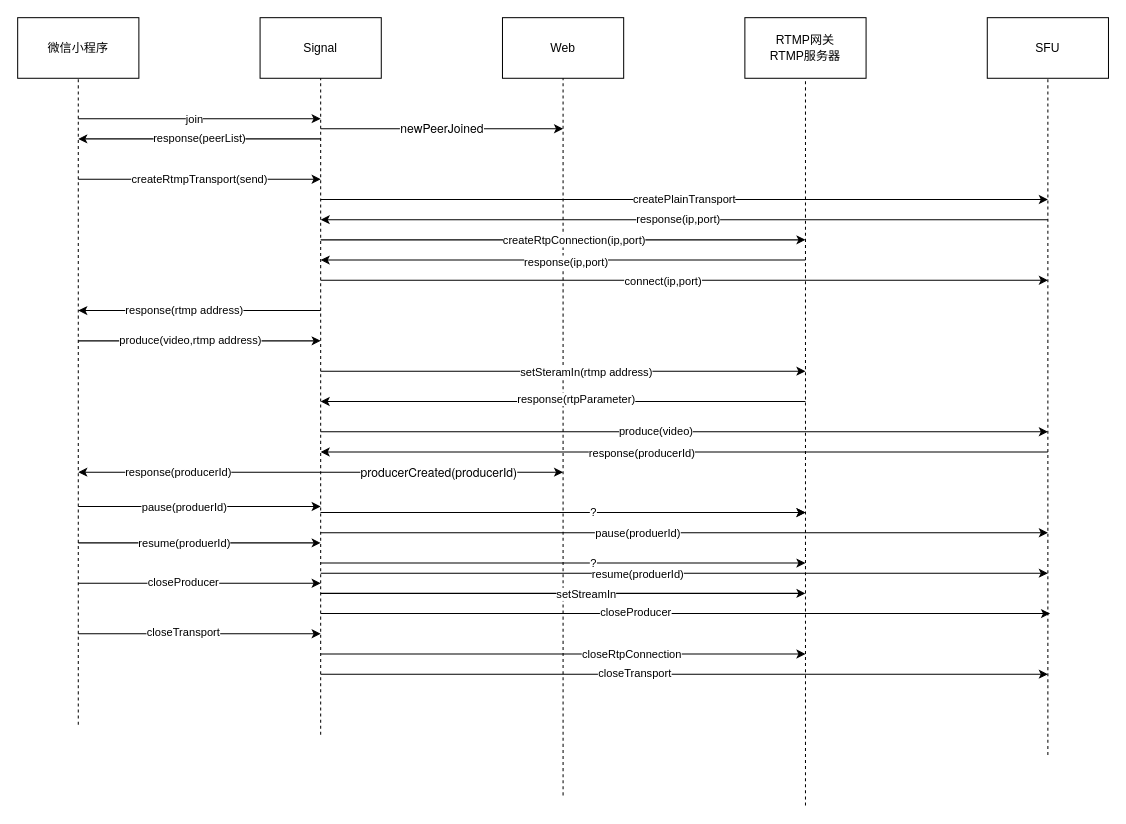
The draw.io diagram page "Page-14" (12 of 17) of Untitled Diagram.drawio in craterone/imgs, before the edit. Source tidied: cells renumbered, new cells numbered last; positions are measured from the earlier drawing's top-left corner, leaving out a move shared by most shapes. Both pictures are drawn from the tidied source at 101%, with x=0, y=0 at pixel (17, 17).
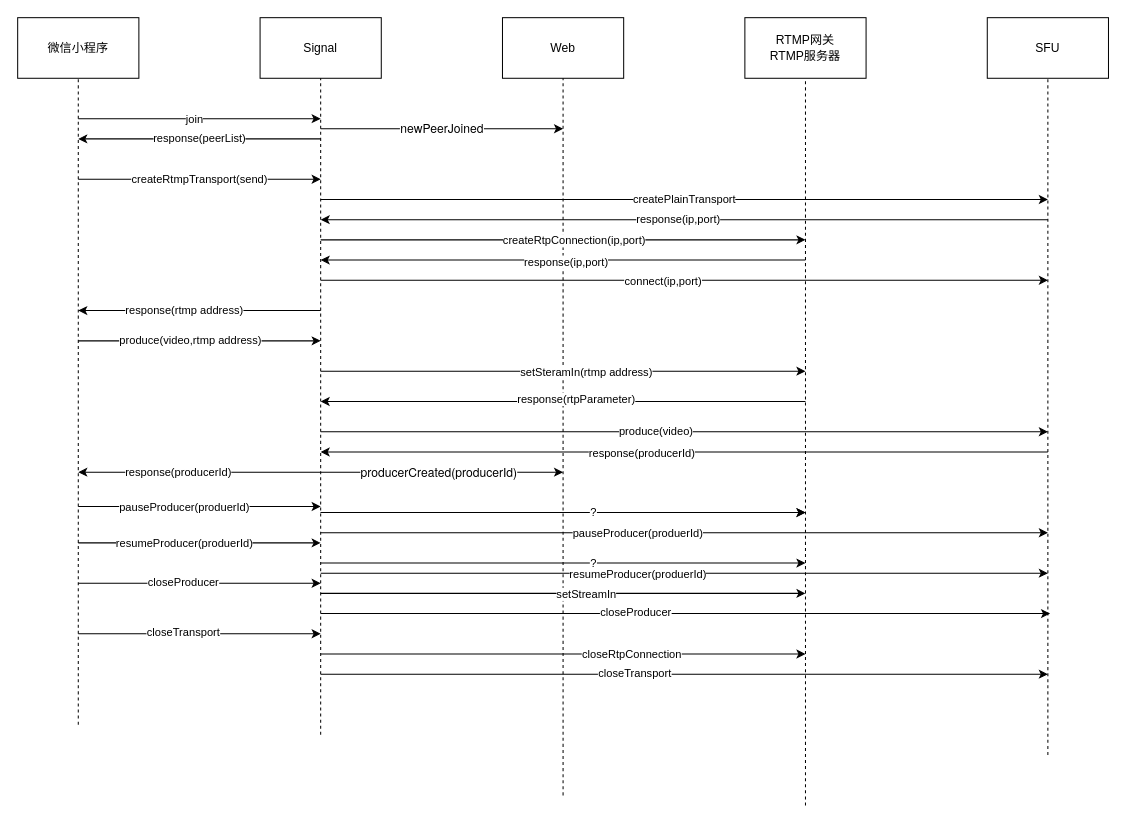
The same page after the edit.

Unchanged cells that the change refers to:
```xml
<mxCell id="40" style="endArrow=classic;html=1;" parent="1" edge="1">
  <mxGeometry relative="1" as="geometry">
    <mxPoint x="60" y="484" as="sourcePoint" />
    <mxPoint x="300" y="484" as="targetPoint" />
  </mxGeometry>
</mxCell>
<mxCell id="42" style="endArrow=classic;html=1;" parent="1" edge="1">
  <mxGeometry relative="1" as="geometry">
    <mxPoint x="300" y="510" as="sourcePoint" />
    <mxPoint x="1020" y="510" as="targetPoint" />
  </mxGeometry>
</mxCell>
<mxCell id="44" style="endArrow=classic;html=1;" parent="1" edge="1">
  <mxGeometry relative="1" as="geometry">
    <mxPoint x="60" y="520" as="sourcePoint" />
    <mxPoint x="300" y="520" as="targetPoint" />
  </mxGeometry>
</mxCell>
<mxCell id="46" style="endArrow=classic;html=1;" parent="1" edge="1">
  <mxGeometry relative="1" as="geometry">
    <mxPoint x="300" y="550" as="sourcePoint" />
    <mxPoint x="1020" y="550" as="targetPoint" />
  </mxGeometry>
</mxCell>
```

What changed in the source:
```diff
@@
-    <mxCell id="41" value="pause(produerId)" style="edgeLabel;html=1;align=center;verticalAlign=middle;" parent="40" vertex="1">
+    <mxCell id="41" value="pauseProducer(produerId)" style="edgeLabel;html=1;align=center;verticalAlign=middle;" parent="40" vertex="1">
       <mxGeometry x="-0.13" relative="1" as="geometry" />
     </mxCell>
@@
-    <mxCell id="43" value="pause(produerId)" style="edgeLabel;html=1;align=center;verticalAlign=middle;" parent="42" vertex="1">
+    <mxCell id="43" value="pauseProducer(produerId)" style="edgeLabel;html=1;align=center;verticalAlign=middle;" parent="42" vertex="1">
       <mxGeometry x="-0.13" relative="1" as="geometry" />
     </mxCell>
@@
-    <mxCell id="45" value="resume(produerId)" style="edgeLabel;html=1;align=center;verticalAlign=middle;" parent="44" vertex="1">
+    <mxCell id="45" value="resumeProducer(produerId)" style="edgeLabel;html=1;align=center;verticalAlign=middle;" parent="44" vertex="1">
       <mxGeometry x="-0.13" relative="1" as="geometry" />
     </mxCell>
@@
-    <mxCell id="47" value="resume(produerId)" style="edgeLabel;html=1;align=center;verticalAlign=middle;" parent="46" vertex="1">
+    <mxCell id="47" value="resumeProducer(produerId)" style="edgeLabel;html=1;align=center;verticalAlign=middle;" parent="46" vertex="1">
       <mxGeometry x="-0.13" relative="1" as="geometry" />
     </mxCell>
```
